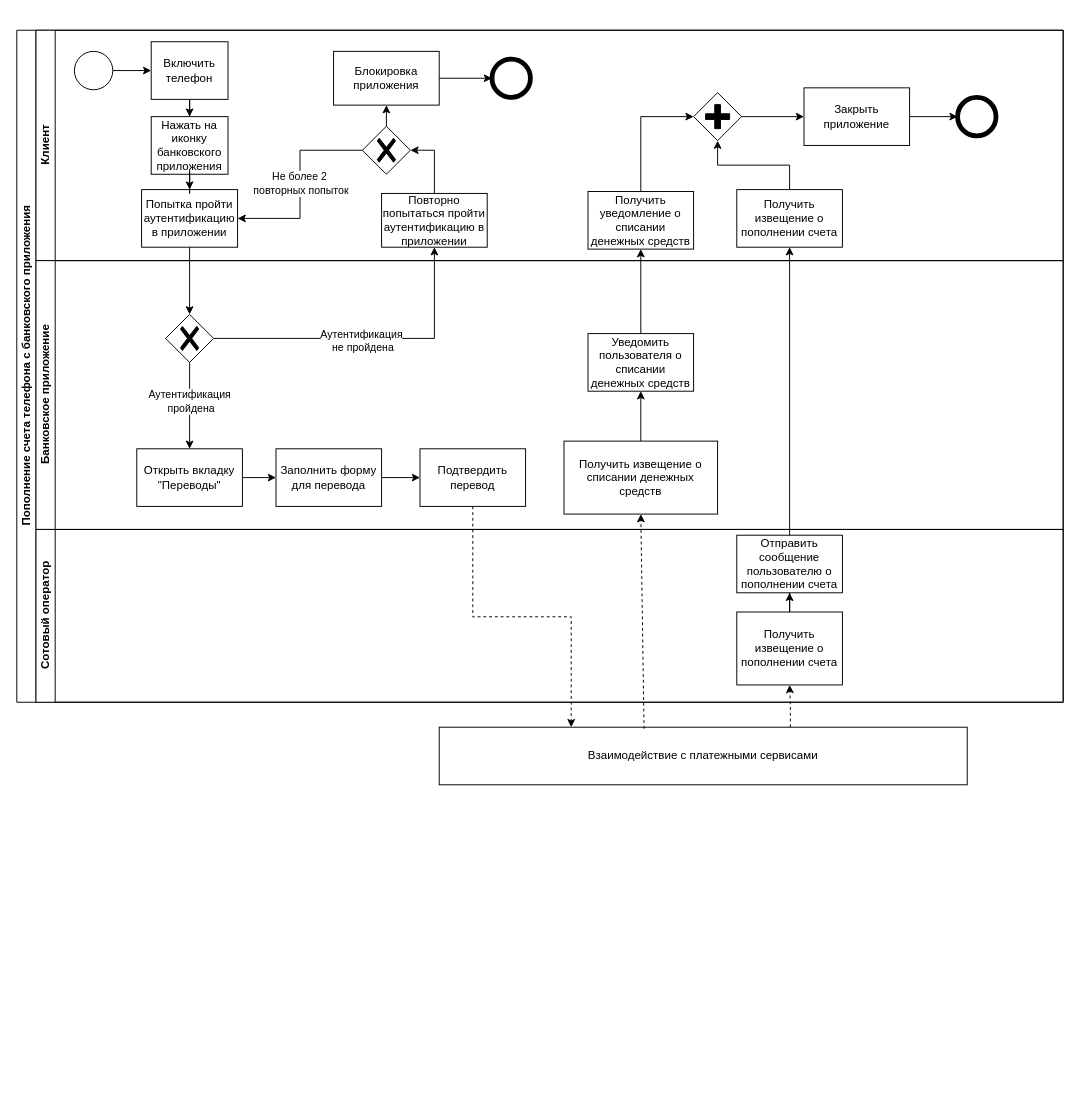
The draw.io diagram BPMN для тестового задания.drawio in pytonuserouner/UML_study, before the edit. Source tidied: cells renumbered, new cells numbered last; positions are measured from the earlier drawing's top-left corner, leaving out a move shared by most shapes. Both pictures are drawn from the tidied source at 96%, with x=0, y=0 at pixel (16, 30).
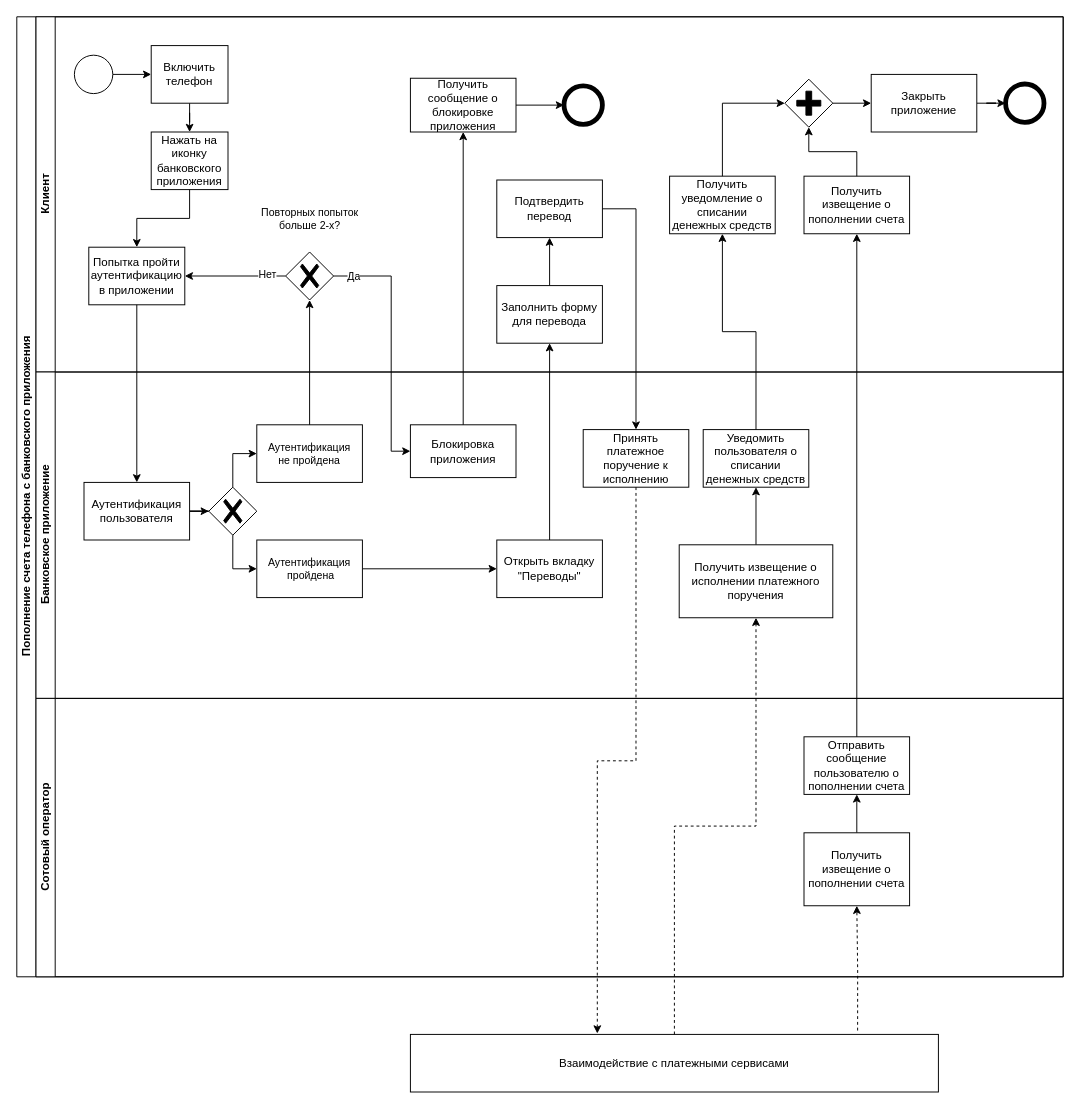
The same diagram, later.

Diff of the diagram source:
```diff
@@
     <mxCell id="2" value="Пополнение счета телефона с банковского приложения" style="swimlane;html=1;horizontal=0;startSize=20;" parent="1" vertex="1">
-      <mxGeometry width="1090" height="700" as="geometry" />
+      <mxGeometry y="-14" width="1090" height="1000" as="geometry" />
     </mxCell>
     <mxCell id="3" value="Клиент" style="swimlane;html=1;startSize=20;horizontal=0;" parent="2" vertex="1">
-      <mxGeometry x="20" width="1070" height="240" as="geometry" />
+      <mxGeometry x="20" width="1070" height="370" as="geometry" />
     </mxCell>
@@
     <mxCell id="5" style="ellipse;whiteSpace=wrap;html=1;" parent="3" vertex="1">
-      <mxGeometry x="40" y="22" width="40" height="40" as="geometry" />
+      <mxGeometry x="40" y="40" width="40" height="40" as="geometry" />
     </mxCell>
@@
     <mxCell id="7" value="Включить телефон" style="rounded=0;whiteSpace=wrap;html=1;fontFamily=Helvetica;fontSize=12;fontColor=#000000;align=center;" parent="3" vertex="1">
-      <mxGeometry x="120" y="12" width="80" height="60" as="geometry" />
+      <mxGeometry x="120" y="30" width="80" height="60" as="geometry" />
     </mxCell>
-    <mxCell id="8" style="ellipse;whiteSpace=wrap;html=1;strokeWidth=5;" parent="3" vertex="1">
-      <mxGeometry x="475" y="30" width="40" height="40" as="geometry" />
-    </mxCell>
     <mxCell id="9" value="Нажать на иконку банковского приложения" style="rounded=0;whiteSpace=wrap;html=1;fontFamily=Helvetica;fontSize=12;fontColor=#000000;align=center;" parent="3" vertex="1">
-      <mxGeometry x="120" y="90" width="80" height="60" as="geometry" />
+      <mxGeometry x="120" y="120" width="80" height="60" as="geometry" />
     </mxCell>
-    <mxCell id="10" style="edgeStyle=orthogonalEdgeStyle;rounded=0;jettySize=auto;html=1;exitX=0.5;exitY=0;exitDx=0;exitDy=0;exitPerimeter=0;entryX=0.5;entryY=1;entryDx=0;entryDy=0;" parent="3" edge="1" source="11" target="13">
-      <mxGeometry relative="1" as="geometry" />
-    </mxCell>
-    <mxCell id="11" style="points=[[0.25,0.25,0],[0.5,0,0],[0.75,0.25,0],[1,0.5,0],[0.75,0.75,0],[0.5,1,0],[0.25,0.75,0],[0,0.5,0]];shape=mxgraph.bpmn.gateway2;html=1;verticalLabelPosition=bottom;labelBackgroundColor=#ffffff;verticalAlign=top;align=center;perimeter=rhombusPerimeter;outlineConnect=0;outline=none;symbol=none;gwType=exclusive;" parent="3" vertex="1">
-      <mxGeometry x="340" y="100" width="50" height="50" as="geometry" />
-    </mxCell>
-    <mxCell id="12" style="edgeStyle=orthogonalEdgeStyle;rounded=0;jettySize=auto;html=1;exitX=1;exitY=0.5;exitDx=0;exitDy=0;entryX=0;entryY=0.5;entryDx=0;entryDy=0;" parent="3" edge="1" source="13" target="8">
-      <mxGeometry relative="1" as="geometry" />
-    </mxCell>
-    <mxCell id="13" value="Блокировка приложения" style="rounded=0;whiteSpace=wrap;html=1;fontFamily=Helvetica;fontSize=12;fontColor=#000000;align=center;" parent="3" vertex="1">
-      <mxGeometry x="310" y="22" width="110" height="56" as="geometry" />
-    </mxCell>
     <mxCell id="14" value="Попытка пройти аутентификацию в приложении" style="rounded=0;whiteSpace=wrap;html=1;fontFamily=Helvetica;fontSize=12;fontColor=#000000;align=center;" parent="3" vertex="1">
-      <mxGeometry x="110" y="166" width="100" height="60" as="geometry" />
+      <mxGeometry x="55" y="240" width="100" height="60" as="geometry" />
     </mxCell>
-    <mxCell id="15" style="edgeStyle=orthogonalEdgeStyle;rounded=0;jettySize=auto;html=1;entryX=1;entryY=0.5;entryDx=0;entryDy=0;" parent="3" edge="1" source="11" target="14">
-      <mxGeometry relative="1" as="geometry" />
-    </mxCell>
-    <mxCell id="16" value="Не более 2&amp;nbsp;&lt;div&gt;повторных попыток&lt;/div&gt;" style="edgeLabel;html=1;align=center;verticalAlign=middle;" parent="15" vertex="1">
-      <mxGeometry x="-0.01" relative="1" as="geometry" />
-    </mxCell>
@@
     <mxCell id="18" value="Получить извещение о пополнении счета" style="rounded=0;whiteSpace=wrap;html=1;fontFamily=Helvetica;fontSize=12;fontColor=#000000;align=center;" parent="3" vertex="1">
-      <mxGeometry x="730" y="166" width="110" height="60" as="geometry" />
+      <mxGeometry x="800" y="166" width="110" height="60" as="geometry" />
     </mxCell>
     <mxCell id="19" value="Получить уведомление о списании денежных средств" style="rounded=0;whiteSpace=wrap;html=1;fontFamily=Helvetica;fontSize=12;fontColor=#000000;align=center;" parent="3" vertex="1">
-      <mxGeometry x="575" y="168" width="110" height="60" as="geometry" />
+      <mxGeometry x="660" y="166" width="110" height="60" as="geometry" />
     </mxCell>
@@
     <mxCell id="21" style="points=[[0.25,0.25,0],[0.5,0,0],[0.75,0.25,0],[1,0.5,0],[0.75,0.75,0],[0.5,1,0],[0.25,0.75,0],[0,0.5,0]];shape=mxgraph.bpmn.gateway2;html=1;verticalLabelPosition=bottom;labelBackgroundColor=#ffffff;verticalAlign=top;align=center;perimeter=rhombusPerimeter;outlineConnect=0;outline=none;symbol=none;gwType=parallel;" parent="3" vertex="1">
-      <mxGeometry x="685" y="65" width="50" height="50" as="geometry" />
+      <mxGeometry x="780" y="65" width="50" height="50" as="geometry" />
     </mxCell>
-    <mxCell id="22" style="edgeStyle=orthogonalEdgeStyle;rounded=0;jettySize=auto;html=1;entryX=0;entryY=0.5;entryDx=0;entryDy=0;entryPerimeter=0;" parent="3" edge="1" source="19" target="21">
+    <mxCell id="22" style="edgeStyle=orthogonalEdgeStyle;rounded=0;jettySize=auto;html=1;entryX=0;entryY=0.5;entryDx=0;entryDy=0;entryPerimeter=0;exitX=0.5;exitY=0;exitDx=0;exitDy=0;" parent="3" edge="1" source="19" target="21">
       <mxGeometry relative="1" as="geometry" />
     </mxCell>
@@
     <mxCell id="24" style="ellipse;whiteSpace=wrap;html=1;strokeWidth=5;" parent="3" vertex="1">
-      <mxGeometry x="960" y="70" width="40" height="40" as="geometry" />
+      <mxGeometry x="1010" y="70" width="40" height="40" as="geometry" />
     </mxCell>
@@
     <mxCell id="26" value="Закрыть приложение" style="rounded=0;whiteSpace=wrap;html=1;fontFamily=Helvetica;fontSize=12;fontColor=#000000;align=center;" parent="3" vertex="1">
-      <mxGeometry x="800" y="60" width="110" height="60" as="geometry" />
+      <mxGeometry x="870" y="60" width="110" height="60" as="geometry" />
     </mxCell>
-    <mxCell id="27" value="Повторно попытаться пройти аутентификацию в приложении" style="rounded=0;whiteSpace=wrap;html=1;fontFamily=Helvetica;fontSize=12;fontColor=#000000;align=center;" parent="3" vertex="1">
-      <mxGeometry x="360" y="170" width="110" height="56" as="geometry" />
-    </mxCell>
-    <mxCell id="28" style="edgeStyle=orthogonalEdgeStyle;rounded=0;jettySize=auto;html=1;entryX=1;entryY=0.5;entryDx=0;entryDy=0;entryPerimeter=0;" parent="3" edge="1" source="27" target="11">
-      <mxGeometry relative="1" as="geometry" />
-    </mxCell>
-    <mxCell id="29" value="Банковское приложение" style="swimlane;html=1;startSize=20;horizontal=0;" parent="2" vertex="1">
-      <mxGeometry x="20" y="240" width="1070" height="280" as="geometry" />
-    </mxCell>
-    <mxCell id="30" style="edgeStyle=orthogonalEdgeStyle;rounded=0;jettySize=auto;html=1;exitX=1;exitY=0.5;exitDx=0;exitDy=0;entryX=0;entryY=0.5;entryDx=0;entryDy=0;" parent="29" edge="1" source="31" target="33">
-      <mxGeometry relative="1" as="geometry" />
-    </mxCell>
-    <mxCell id="31" value="Открыть вкладку &quot;Переводы&quot;" style="rounded=0;whiteSpace=wrap;html=1;fontFamily=Helvetica;fontSize=12;fontColor=#000000;align=center;" parent="29" vertex="1">
-      <mxGeometry x="105" y="196" width="110" height="60" as="geometry" />
-    </mxCell>
-    <mxCell id="32" style="edgeStyle=orthogonalEdgeStyle;rounded=0;jettySize=auto;html=1;exitX=1;exitY=0.5;exitDx=0;exitDy=0;entryX=0;entryY=0.5;entryDx=0;entryDy=0;" parent="29" edge="1" source="33" target="34">
+    <mxCell id="32" style="edgeStyle=orthogonalEdgeStyle;rounded=0;jettySize=auto;html=1;" parent="3" edge="1" source="33" target="34">
       <mxGeometry relative="1" as="geometry" />
     </mxCell>
-    <mxCell id="33" value="Заполнить форму для перевода" style="rounded=0;whiteSpace=wrap;html=1;fontFamily=Helvetica;fontSize=12;fontColor=#000000;align=center;" parent="29" vertex="1">
-      <mxGeometry x="250" y="196" width="110" height="60" as="geometry" />
+    <mxCell id="33" value="Заполнить форму для перевода" style="rounded=0;whiteSpace=wrap;html=1;fontFamily=Helvetica;fontSize=12;fontColor=#000000;align=center;" parent="3" vertex="1">
+      <mxGeometry x="480" y="280" width="110" height="60" as="geometry" />
     </mxCell>
-    <mxCell id="34" value="Подтвердить перевод" style="rounded=0;whiteSpace=wrap;html=1;fontFamily=Helvetica;fontSize=12;fontColor=#000000;align=center;" parent="29" vertex="1">
-      <mxGeometry x="400" y="196" width="110" height="60" as="geometry" />
+    <mxCell id="34" value="Подтвердить перевод" style="rounded=0;whiteSpace=wrap;html=1;fontFamily=Helvetica;fontSize=12;fontColor=#000000;align=center;" parent="3" vertex="1">
+      <mxGeometry x="480" y="170" width="110" height="60" as="geometry" />
     </mxCell>
-    <mxCell id="35" style="edgeStyle=orthogonalEdgeStyle;rounded=0;jettySize=auto;html=1;exitX=0.5;exitY=1;exitDx=0;exitDy=0;exitPerimeter=0;entryX=0.5;entryY=0;entryDx=0;entryDy=0;" parent="29" edge="1" source="37" target="31">
-      <mxGeometry relative="1" as="geometry" />
-    </mxCell>
-    <mxCell id="36" value="Аутентификация&lt;div&gt;&amp;nbsp;пройдена&lt;/div&gt;" style="edgeLabel;html=1;align=center;verticalAlign=middle;points=[];" parent="35" vertex="1">
-      <mxGeometry x="-0.12" y="-1" relative="1" as="geometry" />
-    </mxCell>
-    <mxCell id="37" style="points=[[0.25,0.25,0],[0.5,0,0],[0.75,0.25,0],[1,0.5,0],[0.75,0.75,0],[0.5,1,0],[0.25,0.75,0],[0,0.5,0]];shape=mxgraph.bpmn.gateway2;html=1;verticalLabelPosition=bottom;labelBackgroundColor=#ffffff;verticalAlign=top;align=center;perimeter=rhombusPerimeter;outlineConnect=0;outline=none;symbol=none;gwType=exclusive;" parent="29" vertex="1">
-      <mxGeometry x="135" y="56" width="50" height="50" as="geometry" />
-    </mxCell>
+    <mxCell id="54" style="edgeStyle=orthogonalEdgeStyle;rounded=0;jettySize=auto;html=1;" parent="3" edge="1" source="57" target="14">
+      <mxGeometry relative="1" as="geometry" />
+    </mxCell>
+    <mxCell id="55" value="Повторных попыток&lt;div&gt;больше 2-х?&lt;/div&gt;" style="edgeLabel;html=1;align=center;verticalAlign=middle;" parent="54" vertex="1">
+      <mxGeometry x="0.02" y="4" relative="1" as="geometry">
+        <mxPoint x="78" y="-64" as="offset" />
+      </mxGeometry>
+    </mxCell>
+    <mxCell id="56" value="Нет" style="edgeLabel;html=1;align=center;verticalAlign=middle;" parent="54" vertex="1">
+      <mxGeometry x="-0.61" y="-2" relative="1" as="geometry" />
+    </mxCell>
+    <mxCell id="57" style="points=[[0.25,0.25,0],[0.5,0,0],[0.75,0.25,0],[1,0.5,0],[0.75,0.75,0],[0.5,1,0],[0.25,0.75,0],[0,0.5,0]];shape=mxgraph.bpmn.gateway2;html=1;verticalLabelPosition=bottom;labelBackgroundColor=#ffffff;verticalAlign=top;align=center;perimeter=rhombusPerimeter;outlineConnect=0;outline=none;symbol=none;gwType=exclusive;" parent="3" vertex="1">
+      <mxGeometry x="260" y="245" width="50" height="50" as="geometry" />
+    </mxCell>
+    <mxCell id="58" value="Получить сообщение о блокировке приложения" style="rounded=0;whiteSpace=wrap;html=1;fontFamily=Helvetica;fontSize=12;fontColor=#000000;align=center;" parent="3" vertex="1">
+      <mxGeometry x="390" y="64" width="110" height="56" as="geometry" />
+    </mxCell>
+    <mxCell id="8" style="ellipse;whiteSpace=wrap;html=1;strokeWidth=5;" parent="3" vertex="1">
+      <mxGeometry x="550" y="72" width="40" height="40" as="geometry" />
+    </mxCell>
+    <mxCell id="12" style="edgeStyle=orthogonalEdgeStyle;rounded=0;jettySize=auto;html=1;exitX=1;exitY=0.5;exitDx=0;exitDy=0;entryX=0;entryY=0.5;entryDx=0;entryDy=0;" parent="3" edge="1" source="58" target="8">
+      <mxGeometry relative="1" as="geometry" />
+    </mxCell>
+    <mxCell id="29" value="Банковское приложение" style="swimlane;html=1;startSize=20;horizontal=0;" parent="2" vertex="1">
+      <mxGeometry x="20" y="370" width="1070" height="340" as="geometry" />
+    </mxCell>
@@
-    <mxCell id="39" value="Получить извещение о списании денежных средств" style="rounded=0;whiteSpace=wrap;html=1;fontFamily=Helvetica;fontSize=12;fontColor=#000000;align=center;" parent="29" vertex="1">
-      <mxGeometry x="550" y="188" width="160" height="76" as="geometry" />
+    <mxCell id="39" value="Получить извещение о исполнении платежного поручения" style="rounded=0;whiteSpace=wrap;html=1;fontFamily=Helvetica;fontSize=12;fontColor=#000000;align=center;" parent="29" vertex="1">
+      <mxGeometry x="670" y="180" width="160" height="76" as="geometry" />
     </mxCell>
     <mxCell id="40" value="Уведомить пользователя о списании денежных средств" style="rounded=0;whiteSpace=wrap;html=1;fontFamily=Helvetica;fontSize=12;fontColor=#000000;align=center;" parent="29" vertex="1">
-      <mxGeometry x="575" y="76" width="110" height="60" as="geometry" />
+      <mxGeometry x="695" y="60" width="110" height="60" as="geometry" />
     </mxCell>
+    <mxCell id="59" style="edgeStyle=orthogonalEdgeStyle;rounded=0;jettySize=auto;html=1;entryX=0;entryY=0.5;entryDx=0;entryDy=0;entryPerimeter=0;" parent="29" edge="1" source="60" target="37">
+      <mxGeometry relative="1" as="geometry" />
+    </mxCell>
+    <mxCell id="60" value="Аутентификация пользователя" style="rounded=0;whiteSpace=wrap;html=1;fontFamily=Helvetica;fontSize=12;fontColor=#000000;align=center;" parent="29" vertex="1">
+      <mxGeometry x="50" y="115" width="110" height="60" as="geometry" />
+    </mxCell>
+    <mxCell id="37" style="points=[[0.25,0.25,0],[0.5,0,0],[0.75,0.25,0],[1,0.5,0],[0.75,0.75,0],[0.5,1,0],[0.25,0.75,0],[0,0.5,0]];shape=mxgraph.bpmn.gateway2;html=1;verticalLabelPosition=bottom;labelBackgroundColor=#ffffff;verticalAlign=top;align=center;perimeter=rhombusPerimeter;outlineConnect=0;outline=none;symbol=none;gwType=exclusive;" parent="29" vertex="1">
+      <mxGeometry x="180" y="120" width="50" height="50" as="geometry" />
+    </mxCell>
+    <mxCell id="31" value="Открыть вкладку &quot;Переводы&quot;" style="rounded=0;whiteSpace=wrap;html=1;fontFamily=Helvetica;fontSize=12;fontColor=#000000;align=center;" parent="29" vertex="1">
+      <mxGeometry x="480" y="175" width="110" height="60" as="geometry" />
+    </mxCell>
+    <mxCell id="61" value="Принять платежное поручение к исполнению" style="rounded=0;whiteSpace=wrap;html=1;fontFamily=Helvetica;fontSize=12;fontColor=#000000;align=center;" parent="29" vertex="1">
+      <mxGeometry x="570" y="60" width="110" height="60" as="geometry" />
+    </mxCell>
+    <mxCell id="62" style="edgeStyle=orthogonalEdgeStyle;rounded=0;jettySize=auto;html=1;exitX=0.5;exitY=0;exitDx=0;exitDy=0;exitPerimeter=0;entryX=0;entryY=0.5;entryDx=0;entryDy=0;" parent="29" edge="1" source="37" target="49">
+      <mxGeometry relative="1" as="geometry" />
+    </mxCell>
+    <mxCell id="49" value="&lt;span style=&quot;font-size: 11px; text-wrap-mode: nowrap; background-color: rgb(255, 255, 255);&quot;&gt;Аутентификация&lt;/span&gt;&lt;div style=&quot;font-size: 11px; text-wrap-mode: nowrap;&quot;&gt;не пройдена&lt;/div&gt;" style="rounded=0;whiteSpace=wrap;html=1;fontFamily=Helvetica;fontSize=12;fontColor=#000000;align=center;" parent="29" vertex="1">
+      <mxGeometry x="230" y="55" width="110" height="60" as="geometry" />
+    </mxCell>
+    <mxCell id="63" style="edgeStyle=orthogonalEdgeStyle;rounded=0;jettySize=auto;html=1;entryX=0;entryY=0.5;entryDx=0;entryDy=0;exitX=0.5;exitY=1;exitDx=0;exitDy=0;exitPerimeter=0;" parent="29" edge="1" source="37" target="36">
+      <mxGeometry relative="1" as="geometry" />
+    </mxCell>
+    <mxCell id="64" style="edgeStyle=orthogonalEdgeStyle;rounded=0;jettySize=auto;html=1;" parent="29" edge="1" source="36" target="31">
+      <mxGeometry relative="1" as="geometry" />
+    </mxCell>
+    <mxCell id="36" value="&lt;span style=&quot;font-size: 11px; text-wrap-mode: nowrap; background-color: rgb(255, 255, 255);&quot;&gt;Аутентификация&lt;/span&gt;&lt;div style=&quot;font-size: 11px; text-wrap-mode: nowrap;&quot;&gt;&amp;nbsp;пройдена&lt;/div&gt;" style="rounded=0;whiteSpace=wrap;html=1;fontFamily=Helvetica;fontSize=12;fontColor=#000000;align=center;" parent="29" vertex="1">
+      <mxGeometry x="230" y="175" width="110" height="60" as="geometry" />
+    </mxCell>
+    <mxCell id="13" value="Блокировка приложения" style="rounded=0;whiteSpace=wrap;html=1;fontFamily=Helvetica;fontSize=12;fontColor=#000000;align=center;" parent="29" vertex="1">
+      <mxGeometry x="390" y="55" width="110" height="55" as="geometry" />
+    </mxCell>
     <mxCell id="41" value="Сотовый оператор" style="swimlane;html=1;startSize=20;horizontal=0;" parent="2" vertex="1">
-      <mxGeometry x="20" y="520" width="1070" height="180" as="geometry" />
+      <mxGeometry x="20" y="710" width="1070" height="290" as="geometry" />
     </mxCell>
@@
     <mxCell id="43" value="Получить извещение о пополнении счета" style="rounded=0;whiteSpace=wrap;html=1;fontFamily=Helvetica;fontSize=12;fontColor=#000000;align=center;" parent="41" vertex="1">
-      <mxGeometry x="730" y="86" width="110" height="76" as="geometry" />
+      <mxGeometry x="800" y="140" width="110" height="76" as="geometry" />
     </mxCell>
     <mxCell id="44" value="Отправить сообщение пользователю о пополнении счета" style="rounded=0;whiteSpace=wrap;html=1;fontFamily=Helvetica;fontSize=12;fontColor=#000000;align=center;" parent="41" vertex="1">
-      <mxGeometry x="730" y="6" width="110" height="60" as="geometry" />
+      <mxGeometry x="800" y="40" width="110" height="60" as="geometry" />
     </mxCell>
-    <mxCell id="45" style="edgeStyle=orthogonalEdgeStyle;rounded=0;jettySize=auto;html=1;exitX=0.5;exitY=1;exitDx=0;exitDy=0;entryX=0.5;entryY=0;entryDx=0;entryDy=0;entryPerimeter=0;" parent="2" edge="1" source="14" target="37">
-      <mxGeometry relative="1" as="geometry" />
-    </mxCell>
@@
-    <mxCell id="48" style="edgeStyle=orthogonalEdgeStyle;rounded=0;jettySize=auto;html=1;exitX=1;exitY=0.5;exitDx=0;exitDy=0;exitPerimeter=0;entryX=0.5;entryY=1;entryDx=0;entryDy=0;" parent="2" edge="1" source="37" target="27">
-      <mxGeometry relative="1" as="geometry" />
-    </mxCell>
-    <mxCell id="49" value="Аутентификация&lt;div&gt;&amp;nbsp;не пройдена&lt;/div&gt;" style="edgeLabel;html=1;align=center;verticalAlign=middle;points=[];" parent="48" vertex="1">
-      <mxGeometry x="-0.06" y="-2" relative="1" as="geometry" />
-    </mxCell>
+    <mxCell id="45" style="edgeStyle=orthogonalEdgeStyle;rounded=0;jettySize=auto;html=1;exitX=0.5;exitY=1;exitDx=0;exitDy=0;entryX=0.5;entryY=0;entryDx=0;entryDy=0;" parent="2" edge="1" source="14" target="60">
+      <mxGeometry relative="1" as="geometry" />
+    </mxCell>
+    <mxCell id="65" style="edgeStyle=orthogonalEdgeStyle;rounded=0;jettySize=auto;html=1;exitX=1;exitY=0.5;exitDx=0;exitDy=0;entryX=0.5;entryY=0;entryDx=0;entryDy=0;" parent="2" edge="1" source="34" target="61">
+      <mxGeometry relative="1" as="geometry" />
+    </mxCell>
+    <mxCell id="30" style="edgeStyle=orthogonalEdgeStyle;rounded=0;jettySize=auto;html=1;" parent="2" edge="1" source="31" target="33">
+      <mxGeometry relative="1" as="geometry" />
+    </mxCell>
+    <mxCell id="66" style="edgeStyle=orthogonalEdgeStyle;rounded=0;jettySize=auto;html=1;" parent="2" edge="1" source="49" target="57">
+      <mxGeometry relative="1" as="geometry" />
+    </mxCell>
+    <mxCell id="67" style="edgeStyle=orthogonalEdgeStyle;rounded=0;jettySize=auto;html=1;entryX=0.5;entryY=1;entryDx=0;entryDy=0;" parent="2" edge="1" source="13" target="58">
+      <mxGeometry relative="1" as="geometry" />
+    </mxCell>
+    <mxCell id="68" style="edgeStyle=orthogonalEdgeStyle;rounded=0;jettySize=auto;html=1;entryX=0;entryY=0.5;entryDx=0;entryDy=0;" parent="2" edge="1" source="57" target="13">
+      <mxGeometry relative="1" as="geometry">
+        <Array as="points">
+          <mxPoint x="390" y="270" />
+          <mxPoint x="390" y="453" />
+        </Array>
+      </mxGeometry>
+    </mxCell>
+    <mxCell id="69" value="Да" style="edgeLabel;html=1;align=center;verticalAlign=middle;" parent="68" vertex="1">
+      <mxGeometry x="-0.71" relative="1" as="geometry">
+        <mxPoint x="-18" as="offset" />
+      </mxGeometry>
+    </mxCell>
-    <mxCell id="50" style="edgeStyle=orthogonalEdgeStyle;rounded=0;jettySize=auto;html=1;exitX=0.665;exitY=0;exitDx=0;exitDy=0;entryX=0.5;entryY=1;entryDx=0;entryDy=0;dashed=1;exitPerimeter=0;" parent="1" edge="1" source="51" target="43">
+    <mxCell id="50" style="edgeStyle=orthogonalEdgeStyle;rounded=0;jettySize=auto;html=1;exitX=0.847;exitY=-0.067;exitDx=0;exitDy=0;entryX=0.5;entryY=1;entryDx=0;entryDy=0;dashed=1;exitPerimeter=0;" parent="1" edge="1" source="51" target="43">
       <mxGeometry relative="1" as="geometry" />
     </mxCell>
     <mxCell id="51" value="Взаимодействие с платежными сервисами" style="rounded=0;whiteSpace=wrap;html=1;fontFamily=Helvetica;fontSize=12;fontColor=#000000;align=center;" parent="1" vertex="1">
-      <mxGeometry x="440" y="726" width="550" height="60" as="geometry" />
+      <mxGeometry x="410" y="1046" width="550" height="60" as="geometry" />
     </mxCell>
-    <mxCell id="52" style="edgeStyle=orthogonalEdgeStyle;rounded=0;jettySize=auto;html=1;exitX=0.5;exitY=1;exitDx=0;exitDy=0;entryX=0.25;entryY=0;entryDx=0;entryDy=0;dashed=1;" parent="1" edge="1" source="34" target="51">
+    <mxCell id="52" style="edgeStyle=orthogonalEdgeStyle;rounded=0;jettySize=auto;html=1;exitX=0.5;exitY=1;exitDx=0;exitDy=0;entryX=0.354;entryY=-0.016;entryDx=0;entryDy=0;dashed=1;entryPerimeter=0;" parent="1" edge="1" source="61" target="51">
       <mxGeometry relative="1" as="geometry" />
     </mxCell>
-    <mxCell id="53" style="endArrow=classic;html=1;rounded=0;exitX=0.388;exitY=0.027;exitDx=0;exitDy=0;exitPerimeter=0;entryX=0.5;entryY=1;entryDx=0;entryDy=0;dashed=1;" parent="1" edge="1" source="51" target="39">
+    <mxCell id="53" style="endArrow=classic;html=1;rounded=0;exitX=0.5;exitY=0;exitDx=0;exitDy=0;entryX=0.5;entryY=1;entryDx=0;entryDy=0;dashed=1;edgeStyle=orthogonalEdgeStyle;" parent="1" edge="1" source="51" target="39">
       <mxGeometry relative="1" as="geometry" />
     </mxCell>
```
